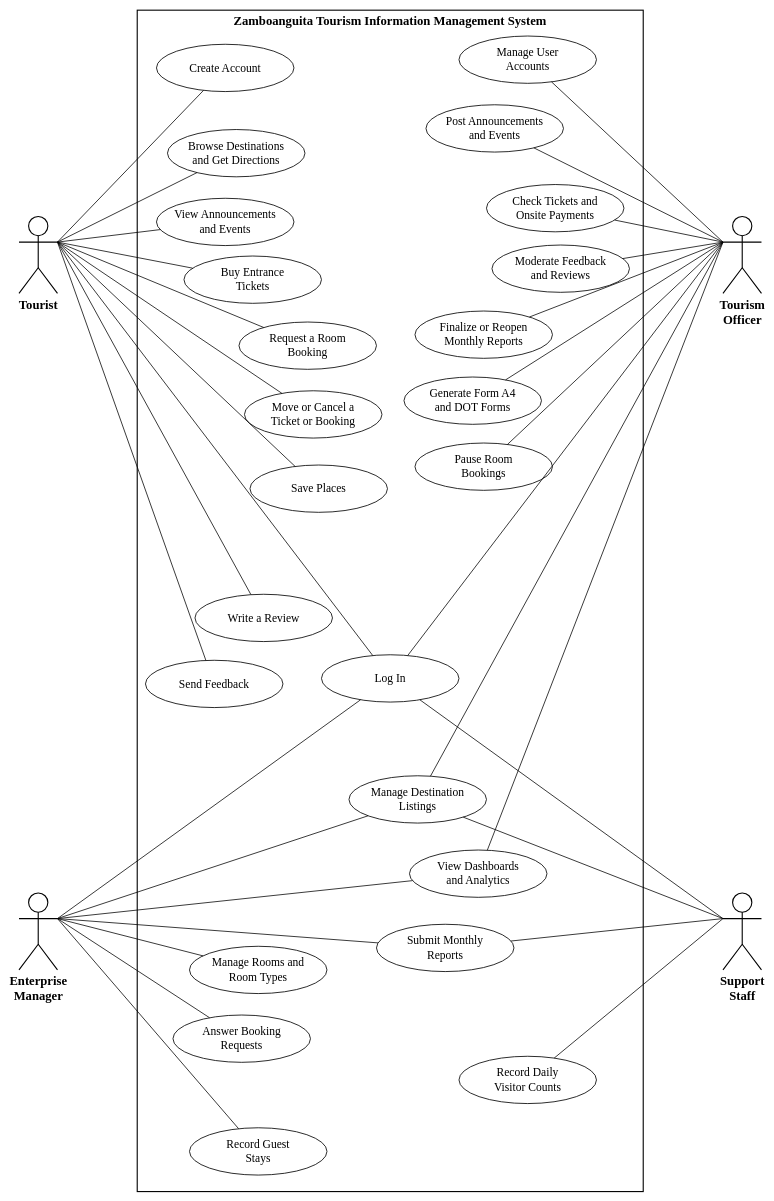
Earlier version of the draw.io diagram docs/diagrams/ztims-use-case.drawio (jefee0101/ZTIMS). Source tidied: cells renumbered, new cells numbered last; positions are measured from the earlier drawing's top-left corner, leaving out a move shared by most shapes. Both pictures are drawn from the tidied source at 55%, with x=0, y=0 at pixel (19, 10).
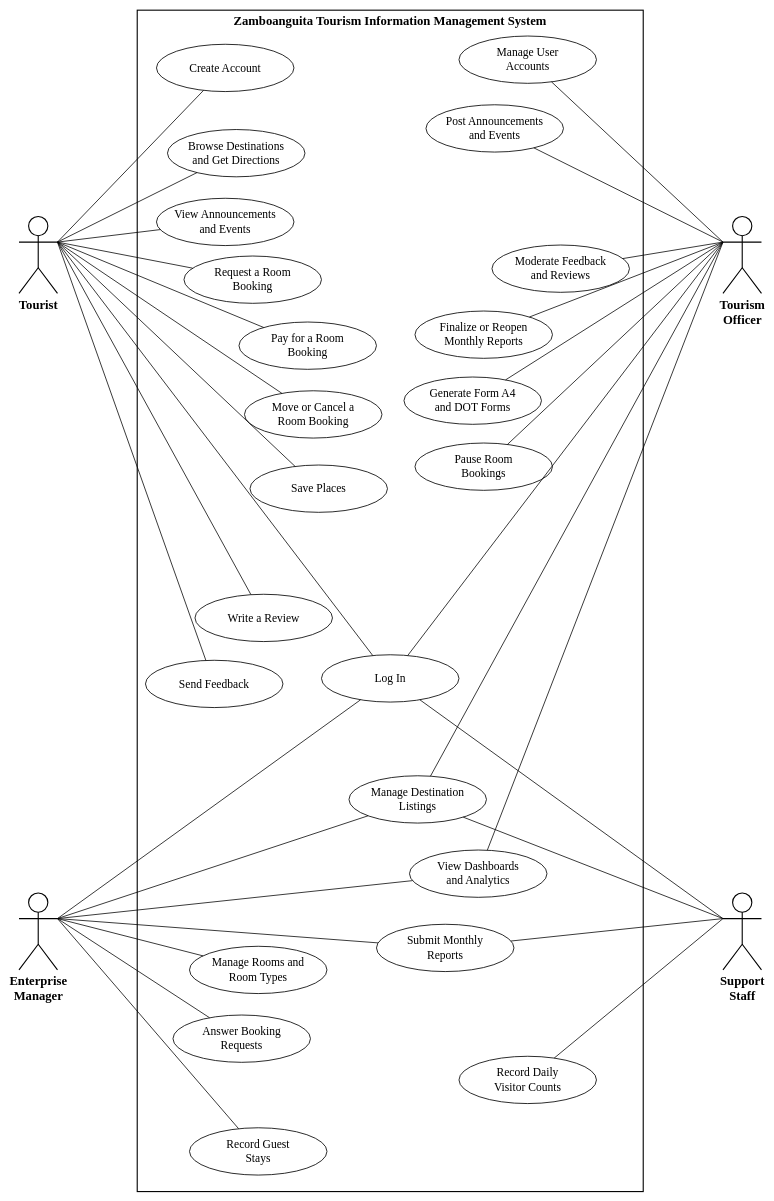
After the change.

Commit message (it also covers changes not shown here):
Diagrams redrawn without entrance tickets

Unchanged cells that the change refers to:
```xml
<mxCell id="29" value="Tourism&lt;br&gt;Officer" style="shape=umlActor;verticalLabelPosition=bottom;verticalAlign=top;html=1;fillColor=#ffffff;strokeColor=#000000;strokeWidth=2;fontColor=#000000;fontStyle=1;fontSize=23;fontFamily=Times New Roman;" parent="1" vertex="1">
  <mxGeometry x="1280" y="375" width="70" height="140" as="geometry" />
</mxCell>
```

What changed in the source:
```diff
@@
-    <mxCell id="6" value="Buy Entrance&lt;br&gt;Tickets" style="ellipse;whiteSpace=wrap;html=1;fillColor=#ffffff;strokeColor=#000000;strokeWidth=1.5;fontColor=#000000;fontSize=21;fontFamily=Times New Roman;" parent="1" vertex="1">
+    <mxCell id="6" value="Request a Room&lt;br&gt;Booking" style="ellipse;whiteSpace=wrap;html=1;fillColor=#ffffff;strokeColor=#000000;strokeWidth=1.5;fontColor=#000000;fontSize=21;fontFamily=Times New Roman;" parent="1" vertex="1">
       <mxGeometry x="300" y="447" width="250" height="86" as="geometry" />
     </mxCell>
-    <mxCell id="7" value="Request a Room&lt;br&gt;Booking" style="ellipse;whiteSpace=wrap;html=1;fillColor=#ffffff;strokeColor=#000000;strokeWidth=1.5;fontColor=#000000;fontSize=21;fontFamily=Times New Roman;" parent="1" vertex="1">
+    <mxCell id="7" value="Pay for a Room&lt;br&gt;Booking" style="ellipse;whiteSpace=wrap;html=1;fillColor=#ffffff;strokeColor=#000000;strokeWidth=1.5;fontColor=#000000;fontSize=21;fontFamily=Times New Roman;" parent="1" vertex="1">
       <mxGeometry x="400" y="567" width="250" height="86" as="geometry" />
     </mxCell>
-    <mxCell id="8" value="Move or Cancel a&lt;br&gt;Ticket or Booking" style="ellipse;whiteSpace=wrap;html=1;fillColor=#ffffff;strokeColor=#000000;strokeWidth=1.5;fontColor=#000000;fontSize=21;fontFamily=Times New Roman;" parent="1" vertex="1">
+    <mxCell id="8" value="Move or Cancel a&lt;br&gt;Room Booking" style="ellipse;whiteSpace=wrap;html=1;fillColor=#ffffff;strokeColor=#000000;strokeWidth=1.5;fontColor=#000000;fontSize=21;fontFamily=Times New Roman;" parent="1" vertex="1">
       <mxGeometry x="410" y="692" width="250" height="86" as="geometry" />
     </mxCell>
@@
-    <mxCell id="18" value="Check Tickets and&lt;br&gt;Onsite Payments" style="ellipse;whiteSpace=wrap;html=1;fillColor=#ffffff;strokeColor=#000000;strokeWidth=1.5;fontColor=#000000;fontSize=21;fontFamily=Times New Roman;" parent="1" vertex="1">
-      <mxGeometry x="850" y="317" width="250" height="86" as="geometry" />
-    </mxCell>
@@
-    <mxCell id="43" style="edgeStyle=none;rounded=0;html=1;endArrow=none;startArrow=none;strokeColor=#000000;strokeWidth=1.4;exitX=0;exitY=0.3333;exitPerimeter=0;" parent="1" edge="1" source="29" target="18">
-      <mxGeometry relative="1" as="geometry" />
-    </mxCell>
```
